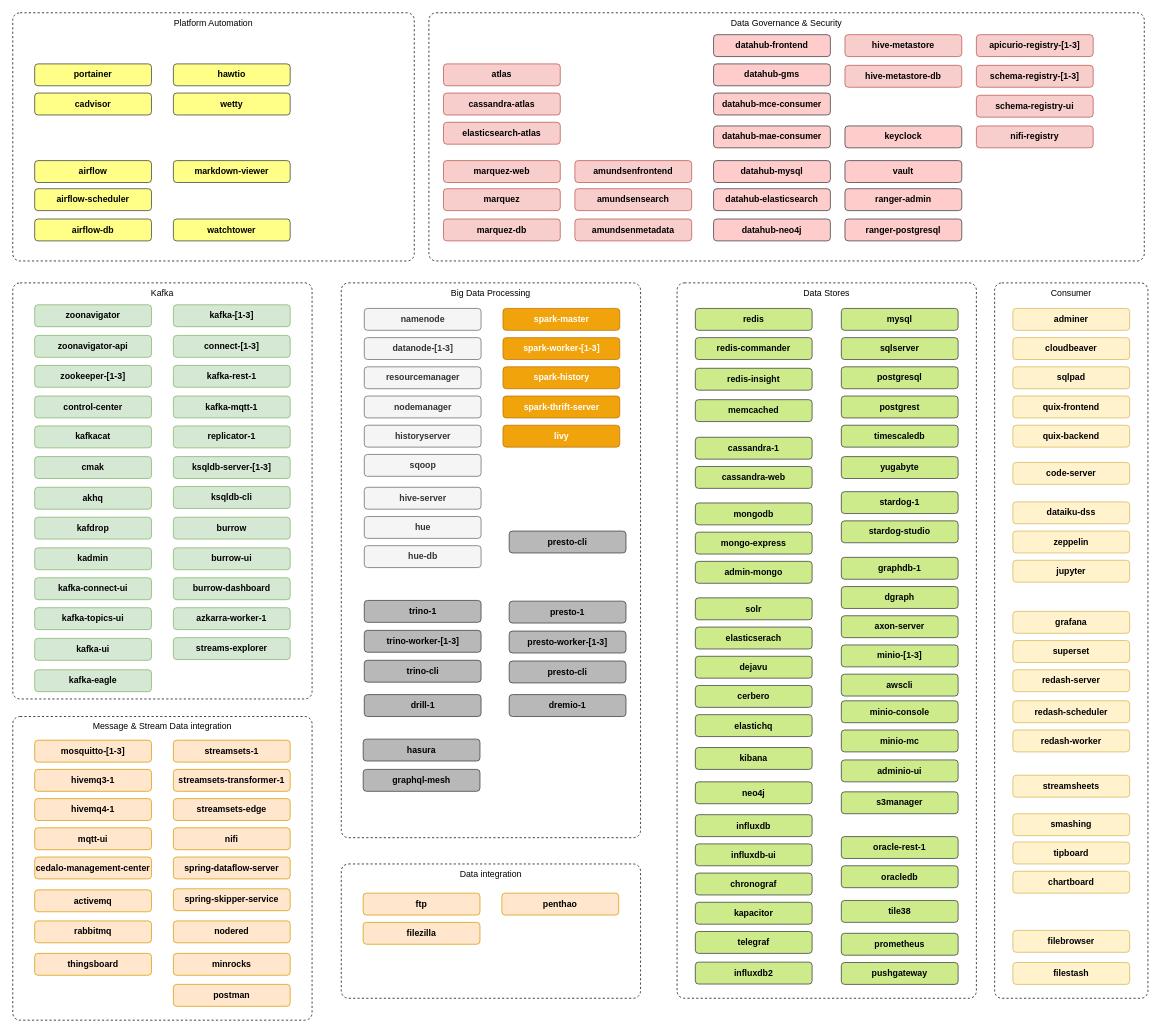
The draw.io diagram page "Services" (1 of 4) of documentation/drawio/modern-data-platform.drawio in TrivadisPF/platys-modern-data-platform, before the edit. Source tidied: cells renumbered, new cells numbered last; positions are measured from the earlier drawing's top-left corner, leaving out a move shared by most shapes. Both pictures are drawn from the tidied source at 73%, with x=0, y=0 at pixel (12, 12).
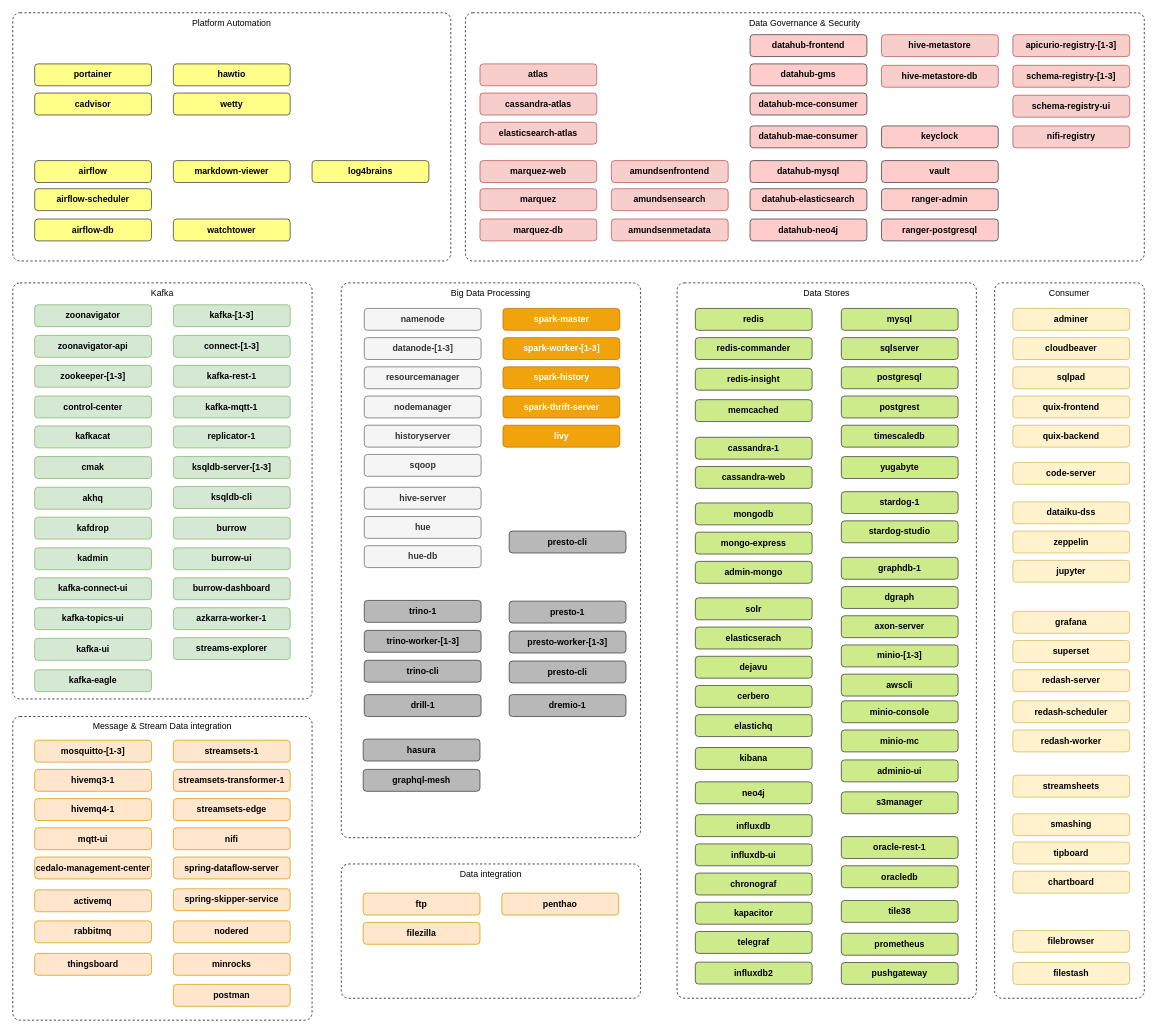
After the change.

Change to the diagram source:
```diff
@@
     <mxCell id="3" value="Consumer" style="rounded=1;whiteSpace=wrap;html=1;labelBackgroundColor=none;strokeColor=#000000;strokeWidth=1;fillColor=none;fontColor=#000000;arcSize=20;absoluteArcSize=1;dashed=1;align=center;horizontal=1;verticalAlign=top;" parent="1" vertex="1">
-      <mxGeometry x="1345" y="370" width="210" height="980" as="geometry" />
+      <mxGeometry x="1345" y="370" width="205" height="980" as="geometry" />
     </mxCell>
     <mxCell id="4" value="Platform Automation" style="rounded=1;whiteSpace=wrap;html=1;labelBackgroundColor=none;strokeColor=#000000;strokeWidth=1;fillColor=none;fontColor=#000000;arcSize=20;absoluteArcSize=1;dashed=1;align=center;horizontal=1;verticalAlign=top;" parent="1" vertex="1">
-      <mxGeometry width="550" height="340" as="geometry" />
+      <mxGeometry width="600" height="340" as="geometry" />
     </mxCell>
@@
     <mxCell id="7" value="Data Governance &amp;amp; Security" style="rounded=1;whiteSpace=wrap;html=1;labelBackgroundColor=none;strokeColor=#000000;strokeWidth=1;fillColor=none;fontColor=#000000;arcSize=20;absoluteArcSize=1;dashed=1;align=center;horizontal=1;verticalAlign=top;" parent="1" vertex="1">
-      <mxGeometry x="570" width="980" height="340" as="geometry" />
+      <mxGeometry x="620" width="930" height="340" as="geometry" />
     </mxCell>
@@
     <mxCell id="12" value="&lt;span&gt;atlas&lt;/span&gt;" style="rounded=1;whiteSpace=wrap;html=1;fillColor=#f8cecc;strokeColor=#b85450;fontStyle=1;" parent="1" vertex="1">
-      <mxGeometry x="590" y="70" width="160" height="30" as="geometry" />
+      <mxGeometry x="640" y="70" width="160" height="30" as="geometry" />
     </mxCell>
@@
     <mxCell id="16" value="&lt;span&gt;schema-registry-[1-3]&lt;/span&gt;" style="rounded=1;whiteSpace=wrap;html=1;fillColor=#f8cecc;strokeColor=#b85450;fontStyle=1;" parent="1" vertex="1">
-      <mxGeometry x="1320" y="72" width="160" height="30" as="geometry" />
+      <mxGeometry x="1370" y="72" width="160" height="30" as="geometry" />
     </mxCell>
@@
     <mxCell id="23" value="&lt;span&gt;schema-registry-ui&lt;/span&gt;" style="rounded=1;whiteSpace=wrap;html=1;fillColor=#f8cecc;strokeColor=#b85450;fontStyle=1;" parent="1" vertex="1">
-      <mxGeometry x="1320" y="113" width="160" height="30" as="geometry" />
+      <mxGeometry x="1370" y="113" width="160" height="30" as="geometry" />
     </mxCell>
@@
     <mxCell id="44" value="&lt;span&gt;cassandra-atlas&lt;/span&gt;" style="rounded=1;whiteSpace=wrap;html=1;fillColor=#f8cecc;strokeColor=#b85450;fontStyle=1;" parent="1" vertex="1">
-      <mxGeometry x="590" y="110" width="160" height="30" as="geometry" />
+      <mxGeometry x="640" y="110" width="160" height="30" as="geometry" />
     </mxCell>
     <mxCell id="45" value="&lt;span&gt;elasticsearch-atlas&lt;/span&gt;" style="rounded=1;whiteSpace=wrap;html=1;fillColor=#f8cecc;strokeColor=#b85450;fontStyle=1;" parent="1" vertex="1">
-      <mxGeometry x="590" y="150" width="160" height="30" as="geometry" />
+      <mxGeometry x="640" y="150" width="160" height="30" as="geometry" />
     </mxCell>
     <mxCell id="46" value="&lt;span&gt;amundsenfrontend&lt;/span&gt;" style="rounded=1;whiteSpace=wrap;html=1;fillColor=#f8cecc;strokeColor=#b85450;fontStyle=1;" parent="1" vertex="1">
-      <mxGeometry x="770" y="202.5" width="160" height="30" as="geometry" />
+      <mxGeometry x="820" y="202.5" width="160" height="30" as="geometry" />
     </mxCell>
     <mxCell id="47" value="&lt;span&gt;amundsensearch&lt;/span&gt;" style="rounded=1;whiteSpace=wrap;html=1;fillColor=#f8cecc;strokeColor=#b85450;fontStyle=1;" parent="1" vertex="1">
-      <mxGeometry x="770" y="241" width="160" height="30" as="geometry" />
+      <mxGeometry x="820" y="241" width="160" height="30" as="geometry" />
     </mxCell>
     <mxCell id="48" value="&lt;span&gt;amundsenmetadata&lt;/span&gt;" style="rounded=1;whiteSpace=wrap;html=1;fillColor=#f8cecc;strokeColor=#b85450;fontStyle=1;" parent="1" vertex="1">
-      <mxGeometry x="770" y="282.5" width="160" height="30" as="geometry" />
+      <mxGeometry x="820" y="282.5" width="160" height="30" as="geometry" />
     </mxCell>
@@
     <mxCell id="55" value="&lt;span&gt;nifi-registry&lt;/span&gt;" style="rounded=1;whiteSpace=wrap;html=1;fillColor=#f8cecc;strokeColor=#b85450;fontStyle=1;" parent="1" vertex="1">
-      <mxGeometry x="1320" y="155" width="160" height="30" as="geometry" />
+      <mxGeometry x="1370" y="155" width="160" height="30" as="geometry" />
     </mxCell>
@@
     <mxCell id="103" value="&lt;span&gt;datahub-frontend&lt;/span&gt;" style="rounded=1;whiteSpace=wrap;html=1;fillColor=#ffcccc;strokeColor=#36393d;fontStyle=1;" parent="1" vertex="1">
-      <mxGeometry x="960" y="30" width="160" height="30" as="geometry" />
+      <mxGeometry x="1010" y="30" width="160" height="30" as="geometry" />
     </mxCell>
     <mxCell id="104" value="datahub-gms" style="rounded=1;whiteSpace=wrap;html=1;fillColor=#ffcccc;strokeColor=#36393d;fontStyle=1;" parent="1" vertex="1">
-      <mxGeometry x="960" y="70" width="160" height="30" as="geometry" />
+      <mxGeometry x="1010" y="70" width="160" height="30" as="geometry" />
     </mxCell>
     <mxCell id="105" value="&lt;span&gt;datahub-mce-consumer&lt;/span&gt;" style="rounded=1;whiteSpace=wrap;html=1;fillColor=#ffcccc;strokeColor=#36393d;fontStyle=1;" parent="1" vertex="1">
-      <mxGeometry x="960" y="110" width="160" height="30" as="geometry" />
+      <mxGeometry x="1010" y="110" width="160" height="30" as="geometry" />
     </mxCell>
     <mxCell id="106" value="&lt;span&gt;datahub-mae-consumer&lt;/span&gt;" style="rounded=1;whiteSpace=wrap;html=1;fillColor=#ffcccc;strokeColor=#36393d;fontStyle=1;" parent="1" vertex="1">
-      <mxGeometry x="960" y="155" width="160" height="30" as="geometry" />
+      <mxGeometry x="1010" y="155" width="160" height="30" as="geometry" />
     </mxCell>
     <mxCell id="107" value="&lt;span&gt;datahub-mysql&lt;/span&gt;" style="rounded=1;whiteSpace=wrap;html=1;fillColor=#ffcccc;strokeColor=#36393d;fontStyle=1;" parent="1" vertex="1">
-      <mxGeometry x="960" y="202.5" width="160" height="30" as="geometry" />
+      <mxGeometry x="1010" y="202.5" width="160" height="30" as="geometry" />
     </mxCell>
     <mxCell id="108" value="&lt;span&gt;datahub-elasticsearch&lt;/span&gt;" style="rounded=1;whiteSpace=wrap;html=1;fillColor=#ffcccc;strokeColor=#36393d;fontStyle=1;" parent="1" vertex="1">
-      <mxGeometry x="960" y="241" width="160" height="30" as="geometry" />
+      <mxGeometry x="1010" y="241" width="160" height="30" as="geometry" />
     </mxCell>
     <mxCell id="109" value="&lt;span&gt;datahub-neo4j&lt;/span&gt;" style="rounded=1;whiteSpace=wrap;html=1;fillColor=#ffcccc;strokeColor=#36393d;fontStyle=1;" parent="1" vertex="1">
-      <mxGeometry x="960" y="282.5" width="160" height="30" as="geometry" />
+      <mxGeometry x="1010" y="282.5" width="160" height="30" as="geometry" />
     </mxCell>
     <mxCell id="110" value="&lt;span&gt;marquez&lt;/span&gt;" style="rounded=1;whiteSpace=wrap;html=1;fillColor=#f8cecc;strokeColor=#b85450;fontStyle=1;" parent="1" vertex="1">
-      <mxGeometry x="590" y="241" width="160" height="30" as="geometry" />
+      <mxGeometry x="640" y="241" width="160" height="30" as="geometry" />
     </mxCell>
     <mxCell id="111" value="&lt;span&gt;marquez-web&lt;/span&gt;" style="rounded=1;whiteSpace=wrap;html=1;fillColor=#f8cecc;strokeColor=#b85450;fontStyle=1;" parent="1" vertex="1">
-      <mxGeometry x="590" y="202.5" width="160" height="30" as="geometry" />
+      <mxGeometry x="640" y="202.5" width="160" height="30" as="geometry" />
     </mxCell>
     <mxCell id="112" value="&lt;span&gt;marquez-db&lt;/span&gt;" style="rounded=1;whiteSpace=wrap;html=1;fillColor=#f8cecc;strokeColor=#b85450;fontStyle=1;" parent="1" vertex="1">
-      <mxGeometry x="590" y="282.5" width="160" height="30" as="geometry" />
+      <mxGeometry x="640" y="282.5" width="160" height="30" as="geometry" />
     </mxCell>
@@
     <mxCell id="114" value="&lt;span&gt;vault&lt;/span&gt;" style="rounded=1;whiteSpace=wrap;html=1;fillColor=#ffcccc;strokeColor=#36393d;fontStyle=1;" parent="1" vertex="1">
-      <mxGeometry x="1140" y="202.5" width="160" height="30" as="geometry" />
+      <mxGeometry x="1190" y="202.5" width="160" height="30" as="geometry" />
     </mxCell>
     <mxCell id="115" value="&lt;span&gt;ranger-admin&lt;/span&gt;" style="rounded=1;whiteSpace=wrap;html=1;fillColor=#ffcccc;strokeColor=#36393d;fontStyle=1;" parent="1" vertex="1">
-      <mxGeometry x="1140" y="241" width="160" height="30" as="geometry" />
+      <mxGeometry x="1190" y="241" width="160" height="30" as="geometry" />
     </mxCell>
@@
     <mxCell id="127" value="&lt;span&gt;hive-metastore&lt;/span&gt;" style="rounded=1;whiteSpace=wrap;html=1;fillColor=#f8cecc;strokeColor=#b85450;fontStyle=1;" parent="1" vertex="1">
-      <mxGeometry x="1140" y="30" width="160" height="30" as="geometry" />
+      <mxGeometry x="1190" y="30" width="160" height="30" as="geometry" />
     </mxCell>
     <mxCell id="128" value="&lt;span&gt;hive-metastore-db&lt;/span&gt;" style="rounded=1;whiteSpace=wrap;html=1;fillColor=#f8cecc;strokeColor=#b85450;fontStyle=1;" parent="1" vertex="1">
-      <mxGeometry x="1140" y="72" width="160" height="30" as="geometry" />
+      <mxGeometry x="1190" y="72" width="160" height="30" as="geometry" />
     </mxCell>
@@
     <mxCell id="131" value="&lt;span&gt;ranger-postgresql&lt;br&gt;&lt;/span&gt;" style="rounded=1;whiteSpace=wrap;html=1;fillColor=#ffcccc;strokeColor=#36393d;fontStyle=1;" parent="1" vertex="1">
-      <mxGeometry x="1140" y="282.5" width="160" height="30" as="geometry" />
+      <mxGeometry x="1190" y="282.5" width="160" height="30" as="geometry" />
     </mxCell>
@@
     <mxCell id="143" value="&lt;span&gt;apicurio-registry-[1-3]&lt;/span&gt;" style="rounded=1;whiteSpace=wrap;html=1;fillColor=#f8cecc;strokeColor=#b85450;fontStyle=1;" parent="1" vertex="1">
-      <mxGeometry x="1320" y="30" width="160" height="30" as="geometry" />
+      <mxGeometry x="1370" y="30" width="160" height="30" as="geometry" />
     </mxCell>
@@
     <mxCell id="172" value="&lt;span&gt;keyclock&lt;/span&gt;" style="rounded=1;whiteSpace=wrap;html=1;fillColor=#ffcccc;strokeColor=#36393d;fontStyle=1;" parent="1" vertex="1">
-      <mxGeometry x="1140" y="155" width="160" height="30" as="geometry" />
+      <mxGeometry x="1190" y="155" width="160" height="30" as="geometry" />
     </mxCell>
@@
+    <mxCell id="180" value="log4brains" style="rounded=1;whiteSpace=wrap;html=1;fillColor=#ffff88;strokeColor=#36393d;fontStyle=1;" parent="1" vertex="1">
+      <mxGeometry x="410" y="202.5" width="160" height="30" as="geometry" />
+    </mxCell>
```
